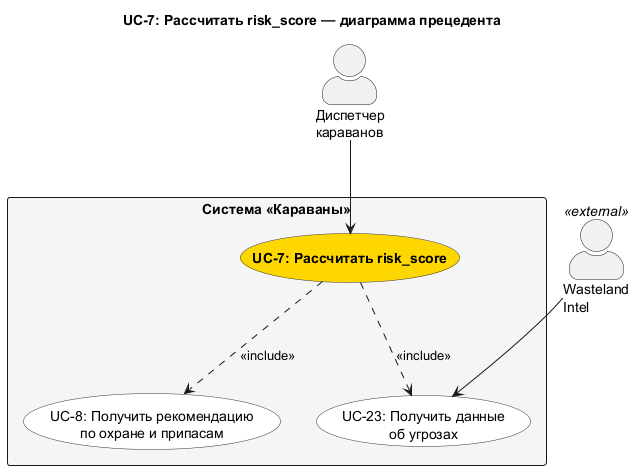
granikartem/MPI keeps this PlantUML diagram as diagrams/out/UC_7_Detail.png. Above is the earlier version. Source of this version:
```plantuml
@startuml UC_7_Detail
skinparam actorStyle awesome
skinparam usecaseBackgroundColor #White
skinparam usecaseBorderColor #333333
skinparam rectangleBackgroundColor #F5F5F5

title UC-7: Рассчитать risk_score — диаграмма прецедента

actor "Диспетчер\nкараванов" as Dispatcher
actor "Wasteland\nIntel" as WI <<external>>

rectangle "Система «Караваны»" {
  usecase UC7 as "**UC-7: Рассчитать risk_score**" #Gold
  usecase "UC-23: Получить данные\nоб угрозах" as UC23
  usecase "UC-8: Получить рекомендацию\nпо охране и припасам" as UC8
}

Dispatcher --> UC7
WI --> UC23

UC7 ..> UC23 : <<include>>
UC7 ..> UC8 : <<include>>

@enduml
```
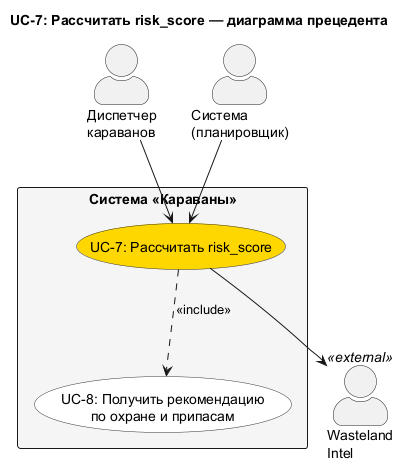
Later version of the same file.

Diff of the diagram source:
```diff
@@ -7,18 +7,18 @@
 title UC-7: Рассчитать risk_score — диаграмма прецедента
 
 actor "Диспетчер\nкараванов" as Dispatcher
+actor "Система\n(планировщик)" as Sys
 actor "Wasteland\nIntel" as WI <<external>>
 
 rectangle "Система «Караваны»" {
-  usecase UC7 as "**UC-7: Рассчитать risk_score**" #Gold
-  usecase "UC-23: Получить данные\nоб угрозах" as UC23
+  usecase "UC-7: Рассчитать risk_score" as UC7 #Gold
   usecase "UC-8: Получить рекомендацию\nпо охране и припасам" as UC8
 }
 
 Dispatcher --> UC7
-WI --> UC23
+Sys --> UC7
+UC7 --> WI
 
-UC7 ..> UC23 : <<include>>
 UC7 ..> UC8 : <<include>>
 
 @enduml
```
